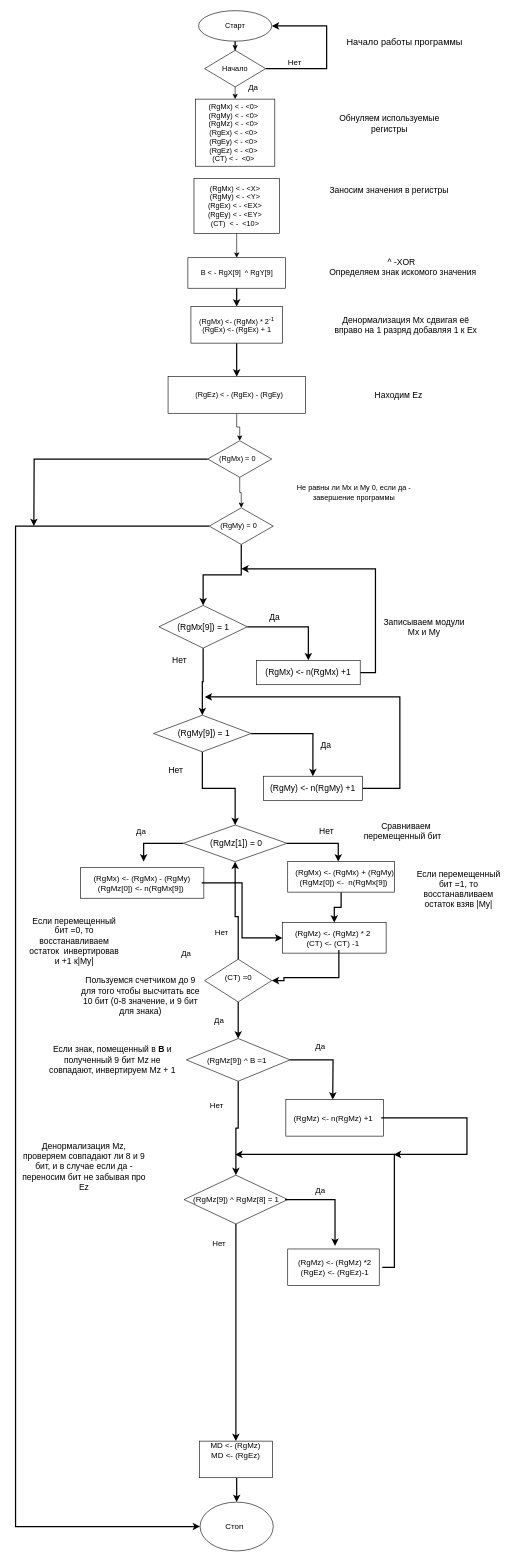
Above: Untitled Diagram.drawio in Paremir/Asp.Net-1 (draw.io), before the change. Source tidied: cells renumbered, new cells numbered last; positions are measured from the earlier drawing's top-left corner, leaving out a move shared by most shapes. Both pictures are drawn from the tidied source at 61%, with x=0, y=0 at pixel (15, 10).
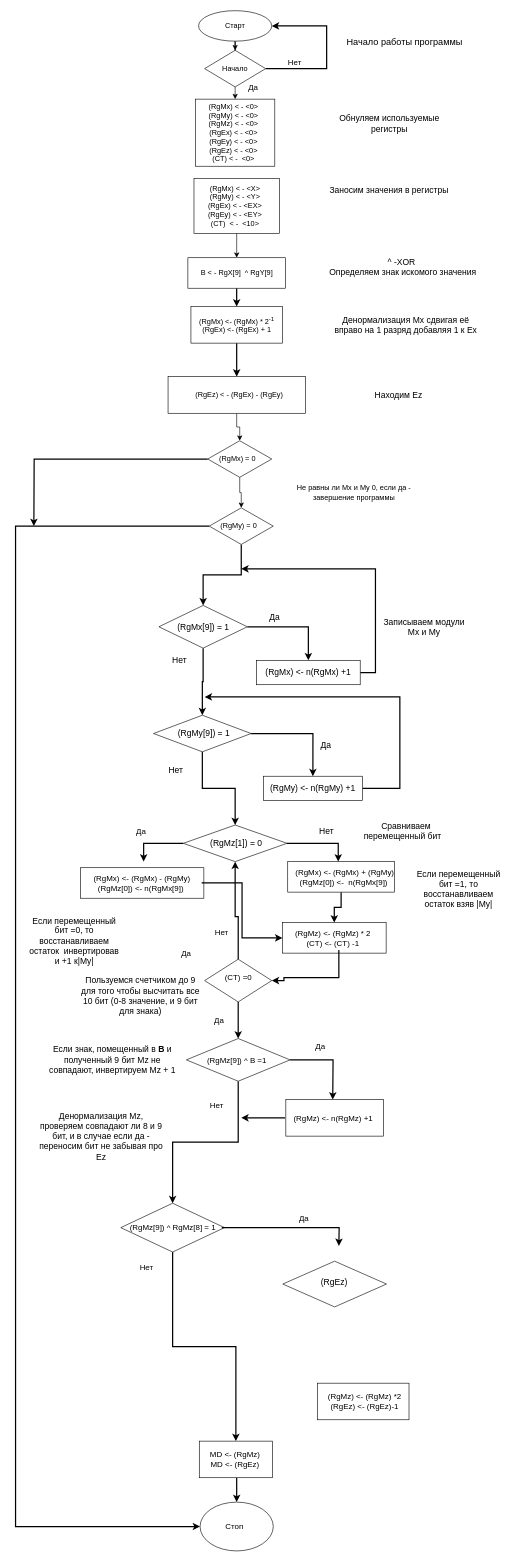
After the change.

Unchanged cells that the change refers to:
```xml
<mxCell id="66" value="(RgMz) &amp;lt;- n(RgMz) +1" style="text;html=1;strokeColor=none;fillColor=none;align=center;verticalAlign=middle;whiteSpace=wrap;rounded=0;fontSize=13;" parent="1" vertex="1">
  <mxGeometry x="441.9" y="1795" width="157.5" height="40" as="geometry" />
</mxCell>
```

Change to the diagram source:
```diff
@@
-    <mxCell id="65" style="edgeStyle=orthogonalEdgeStyle;rounded=0;jettySize=auto;html=1;strokeWidth=2;fontSize=14;" parent="1" edge="1" source="66">
-      <mxGeometry relative="1" as="geometry">
-        <mxPoint x="620" y="1875" as="targetPoint" />
-        <Array as="points">
-          <mxPoint x="740" y="1815" />
-        </Array>
-      </mxGeometry>
-    </mxCell>
+    <mxCell id="110" style="edgeStyle=orthogonalEdgeStyle;rounded=0;jettySize=auto;html=1;strokeWidth=2;fontSize=14;" parent="1" edge="1" source="66">
+      <mxGeometry relative="1" as="geometry">
+        <mxPoint x="370" y="1815" as="targetPoint" />
+      </mxGeometry>
+    </mxCell>
@@
     <mxCell id="68" style="rhombus;whiteSpace=wrap;html=1;fontSize=13;" parent="1" vertex="1">
-      <mxGeometry x="276.2" y="1909" width="170" height="80" as="geometry" />
+      <mxGeometry x="172.5" y="1955" width="170" height="80" as="geometry" />
     </mxCell>
-    <mxCell id="69" style="edgeStyle=orthogonalEdgeStyle;rounded=0;jettySize=auto;html=1;entryX=0.5;entryY=0;entryDx=0;entryDy=0;strokeWidth=2;fontSize=14;" parent="1" edge="1" source="70" target="73">
-      <mxGeometry relative="1" as="geometry" />
+    <mxCell id="69" style="edgeStyle=orthogonalEdgeStyle;rounded=0;jettySize=auto;html=1;strokeWidth=2;fontSize=14;" parent="1" edge="1" source="70">
+      <mxGeometry relative="1" as="geometry">
+        <mxPoint x="530" y="2025" as="targetPoint" />
+      </mxGeometry>
     </mxCell>
     <mxCell id="70" value="(RgMz[9]) ^ RgMz[8] = 1" style="text;html=1;strokeColor=none;fillColor=none;align=center;verticalAlign=middle;whiteSpace=wrap;rounded=0;fontSize=13;" parent="1" vertex="1">
-      <mxGeometry x="281.9" y="1924" width="160" height="50" as="geometry" />
+      <mxGeometry x="178.1" y="1970" width="160" height="50" as="geometry" />
     </mxCell>
     <mxCell id="71" style="rounded=0;whiteSpace=wrap;html=1;fontSize=13;" parent="1" vertex="1">
-      <mxGeometry x="446.2" y="2030" width="150" height="60" as="geometry" />
+      <mxGeometry x="495" y="2250" width="150" height="60" as="geometry" />
     </mxCell>
-    <mxCell id="72" style="edgeStyle=orthogonalEdgeStyle;rounded=0;jettySize=auto;html=1;strokeWidth=2;fontSize=14;" parent="1" edge="1" source="73">
-      <mxGeometry relative="1" as="geometry">
-        <mxPoint x="360" y="1875" as="targetPoint" />
-        <Array as="points">
-          <mxPoint x="621" y="2060" />
-          <mxPoint x="621" y="1875" />
-        </Array>
-      </mxGeometry>
-    </mxCell>
     <mxCell id="73" value="(RgMz) &amp;lt;- (RgMz) *2&lt;br&gt;(RgEz) &amp;lt;- (RgEz)-1" style="text;html=1;strokeColor=none;fillColor=none;align=center;verticalAlign=middle;whiteSpace=wrap;rounded=0;fontSize=13;" parent="1" vertex="1">
-      <mxGeometry x="446.2" y="2025" width="155" height="70" as="geometry" />
+      <mxGeometry x="495" y="2245" width="155" height="70" as="geometry" />
     </mxCell>
@@
     <mxCell id="76" value="MD &amp;lt;- (RgMz)&lt;br&gt;MD &amp;lt;- (RgEz)" style="text;html=1;strokeColor=none;fillColor=none;align=center;verticalAlign=middle;whiteSpace=wrap;rounded=0;fontSize=13;" parent="1" vertex="1">
-      <mxGeometry x="305.6" y="2345" width="110" height="30" as="geometry" />
+      <mxGeometry x="305" y="2360" width="110" height="30" as="geometry" />
     </mxCell>
@@
     <mxCell id="95" value="Да" style="text;html=1;strokeColor=none;fillColor=none;align=center;verticalAlign=middle;whiteSpace=wrap;rounded=0;fontSize=13;" parent="1" vertex="1">
-      <mxGeometry x="480" y="1924" width="40" height="20" as="geometry" />
+      <mxGeometry x="452.5" y="1970" width="40" height="20" as="geometry" />
     </mxCell>
     <mxCell id="96" value="Нет" style="text;html=1;strokeColor=none;fillColor=none;align=center;verticalAlign=middle;whiteSpace=wrap;rounded=0;fontSize=13;" parent="1" vertex="1">
-      <mxGeometry x="313.8" y="2010" width="40" height="20" as="geometry" />
+      <mxGeometry x="195" y="2050" width="40" height="20" as="geometry" />
     </mxCell>
     <mxCell id="97" value="Денормализация Mz, проверяем совпадают ли 8 и 9 бит, и в случае если да - переносим бит не забывая про Ez" style="text;html=1;strokeColor=none;fillColor=none;align=center;verticalAlign=middle;whiteSpace=wrap;rounded=0;fontSize=14;" parent="1" vertex="1">
-      <mxGeometry x="10" y="1855" width="205" height="80" as="geometry" />
+      <mxGeometry x="37.5" y="1805" width="205" height="80" as="geometry" />
     </mxCell>
@@
+    <mxCell id="111" style="rhombus;whiteSpace=wrap;html=1;fontSize=14;" parent="1" vertex="1">
+      <mxGeometry x="438.1" y="2050" width="170" height="75" as="geometry" />
+    </mxCell>
+    <mxCell id="112" value="(RgEz)" style="text;html=1;strokeColor=none;fillColor=none;align=center;verticalAlign=middle;whiteSpace=wrap;rounded=0;fontSize=14;" parent="1" vertex="1">
+      <mxGeometry x="466.9" y="2065" width="111.2" height="40" as="geometry" />
+    </mxCell>
```
